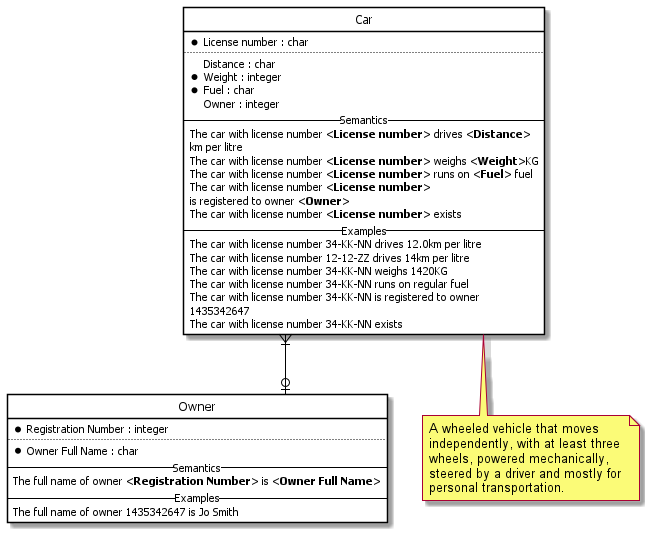
This is EN/CarFuel/carFuel.erd.png from casetalk/Models, a PlantUML export, as it was before one commit.
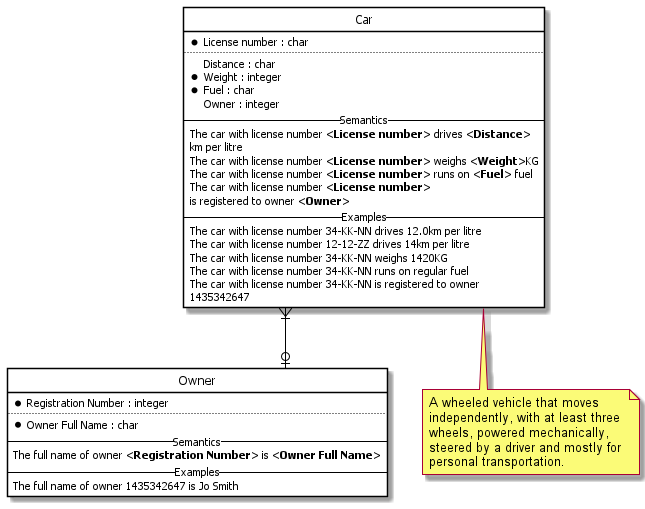
After the commit.

Diff of the diagram source:
```diff
@@ -40,7 +40,6 @@
 The car with license number <**License number**> runs on <**Fuel**> fuel
 The car with license number <**License number**>
  is registered to owner <**Owner**>
-The car with license number <**License number**> exists
  -- Examples --
 The car with license number 34-KK-NN drives 12.0km per litre
 The car with license number 12-12-ZZ drives 14km per litre
@@ -48,7 +47,6 @@
 The car with license number 34-KK-NN runs on regular fuel
 The car with license number 34-KK-NN is registered to owner
 1435342647
-The car with license number 34-KK-NN exists
   }
 note "A wheeled vehicle that moves \nindependently, with at least three \nwheels, powered mechanically, \nsteered by a driver and mostly for \npersonal transportation." as N1
 "Car" .. N1
```
